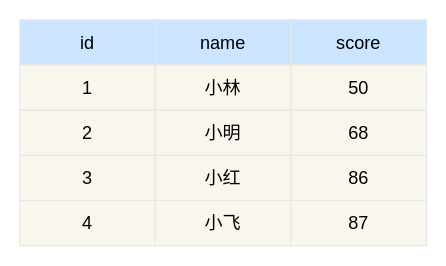
The draw.io diagram mysql/事务隔离/数据库表.drawio in xiaolincoder/ImageHost4, before the edit. Source tidied: cells renumbered, new cells numbered last; positions are measured from the earlier drawing's top-left corner, leaving out a move shared by most shapes. Both pictures are drawn from the tidied source at 113%, with x=0, y=0 at pixel (19, 19).
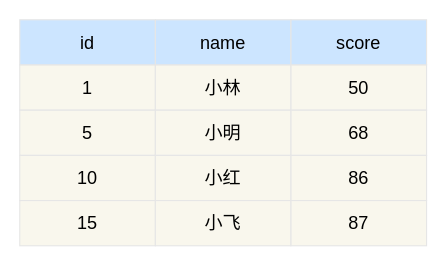
The same page after the edit.

Commit message (it also covers changes not shown here):
更新数据库表.drawio

Change to the diagram source:
```diff
@@
 <mxGraphModel>
   <root>
     <mxCell id="0" />
     <mxCell id="1" parent="0" />
     <mxCell id="2" value="id" style="rounded=0;whiteSpace=wrap;html=1;fontSize=16;fillColor=#cce5ff;strokeColor=#E6E6E6;" parent="1" vertex="1">
       <mxGeometry width="120" height="40" as="geometry" />
     </mxCell>
     <mxCell id="3" value="name" style="rounded=0;whiteSpace=wrap;html=1;fontSize=16;fillColor=#cce5ff;strokeColor=#E6E6E6;" parent="1" vertex="1">
       <mxGeometry x="120" width="120" height="40" as="geometry" />
     </mxCell>
     <mxCell id="4" value="score" style="rounded=0;whiteSpace=wrap;html=1;fontSize=16;fillColor=#cce5ff;strokeColor=#E6E6E6;" parent="1" vertex="1">
       <mxGeometry x="240" width="120" height="40" as="geometry" />
     </mxCell>
     <mxCell id="5" value="1" style="rounded=0;whiteSpace=wrap;html=1;fontSize=16;fillColor=#f9f7ed;strokeColor=#E6E6E6;" parent="1" vertex="1">
       <mxGeometry y="40" width="120" height="40" as="geometry" />
     </mxCell>
     <mxCell id="6" value="小林" style="rounded=0;whiteSpace=wrap;html=1;fontSize=16;fillColor=#f9f7ed;strokeColor=#E6E6E6;" parent="1" vertex="1">
       <mxGeometry x="120" y="40" width="120" height="40" as="geometry" />
     </mxCell>
     <mxCell id="7" value="50" style="rounded=0;whiteSpace=wrap;html=1;fontSize=16;fillColor=#f9f7ed;strokeColor=#E6E6E6;" parent="1" vertex="1">
       <mxGeometry x="240" y="40" width="120" height="40" as="geometry" />
     </mxCell>
-    <mxCell id="8" value="2" style="rounded=0;whiteSpace=wrap;html=1;fontSize=16;fillColor=#f9f7ed;strokeColor=#E6E6E6;" parent="1" vertex="1">
+    <mxCell id="8" value="5" style="rounded=0;whiteSpace=wrap;html=1;fontSize=16;fillColor=#f9f7ed;strokeColor=#E6E6E6;" parent="1" vertex="1">
       <mxGeometry y="80" width="120" height="40" as="geometry" />
     </mxCell>
     <mxCell id="9" value="小明" style="rounded=0;whiteSpace=wrap;html=1;fontSize=16;fillColor=#f9f7ed;strokeColor=#E6E6E6;" parent="1" vertex="1">
       <mxGeometry x="120" y="80" width="120" height="40" as="geometry" />
     </mxCell>
     <mxCell id="10" value="68" style="rounded=0;whiteSpace=wrap;html=1;fontSize=16;fillColor=#f9f7ed;strokeColor=#E6E6E6;" parent="1" vertex="1">
       <mxGeometry x="240" y="80" width="120" height="40" as="geometry" />
     </mxCell>
-    <mxCell id="11" value="3" style="rounded=0;whiteSpace=wrap;html=1;fontSize=16;fillColor=#f9f7ed;strokeColor=#E6E6E6;" parent="1" vertex="1">
+    <mxCell id="11" value="10" style="rounded=0;whiteSpace=wrap;html=1;fontSize=16;fillColor=#f9f7ed;strokeColor=#E6E6E6;" parent="1" vertex="1">
       <mxGeometry y="120" width="120" height="40" as="geometry" />
     </mxCell>
     <mxCell id="12" value="小红" style="rounded=0;whiteSpace=wrap;html=1;fontSize=16;fillColor=#f9f7ed;strokeColor=#E6E6E6;" parent="1" vertex="1">
       <mxGeometry x="120" y="120" width="120" height="40" as="geometry" />
     </mxCell>
     <mxCell id="13" value="86" style="rounded=0;whiteSpace=wrap;html=1;fontSize=16;fillColor=#f9f7ed;strokeColor=#E6E6E6;" parent="1" vertex="1">
       <mxGeometry x="240" y="120" width="120" height="40" as="geometry" />
     </mxCell>
-    <mxCell id="14" value="4" style="rounded=0;whiteSpace=wrap;html=1;fontSize=16;fillColor=#f9f7ed;strokeColor=#E6E6E6;" parent="1" vertex="1">
+    <mxCell id="14" value="15" style="rounded=0;whiteSpace=wrap;html=1;fontSize=16;fillColor=#f9f7ed;strokeColor=#E6E6E6;" parent="1" vertex="1">
       <mxGeometry y="160" width="120" height="40" as="geometry" />
     </mxCell>
     <mxCell id="15" value="小飞" style="rounded=0;whiteSpace=wrap;html=1;fontSize=16;fillColor=#f9f7ed;strokeColor=#E6E6E6;" parent="1" vertex="1">
       <mxGeometry x="120" y="160" width="120" height="40" as="geometry" />
     </mxCell>
     <mxCell id="16" value="87" style="rounded=0;whiteSpace=wrap;html=1;fontSize=16;fillColor=#f9f7ed;strokeColor=#E6E6E6;" parent="1" vertex="1">
       <mxGeometry x="240" y="160" width="120" height="40" as="geometry" />
     </mxCell>
   </root>
 </mxGraphModel>
```
